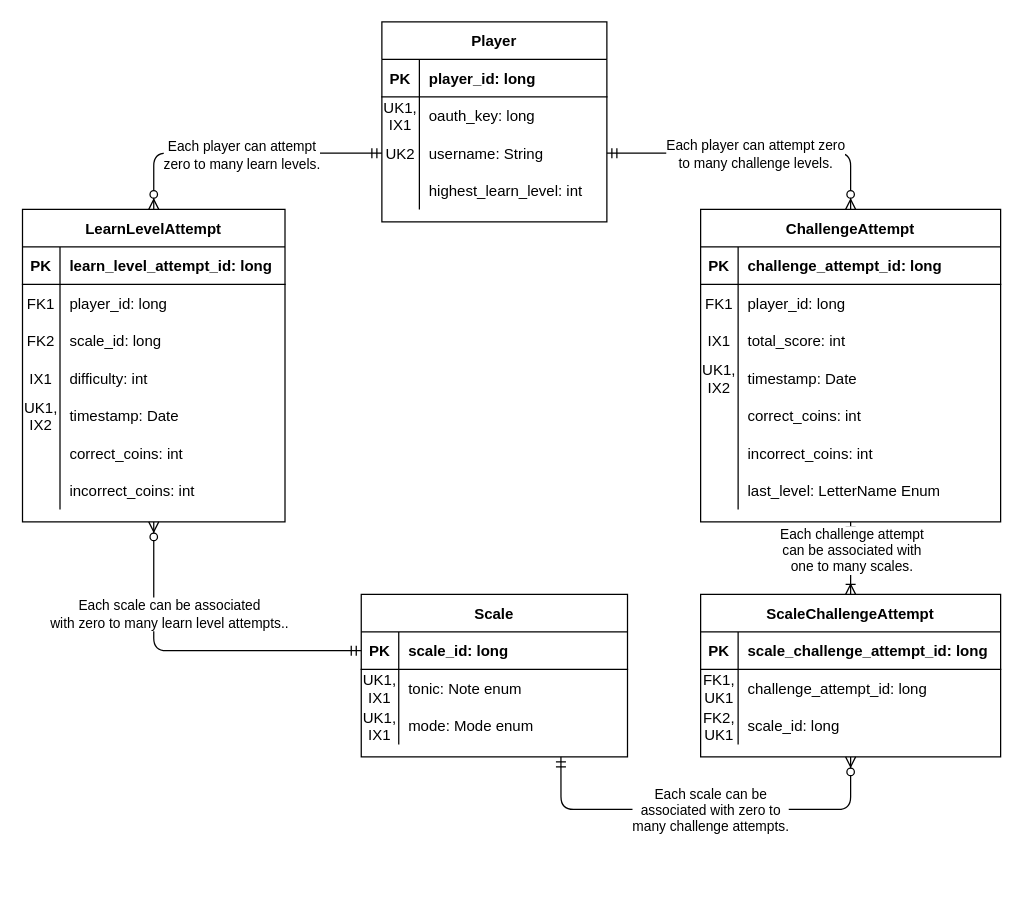
Above: docs/work/erd.drawio in lsteiner9/ScaleScroller (draw.io), before the change. Source tidied: cells renumbered, new cells numbered last; positions are measured from the earlier drawing's top-left corner, leaving out a move shared by most shapes. Both pictures are drawn from the tidied source at 125%, with x=0, y=0 at pixel (21, 21).
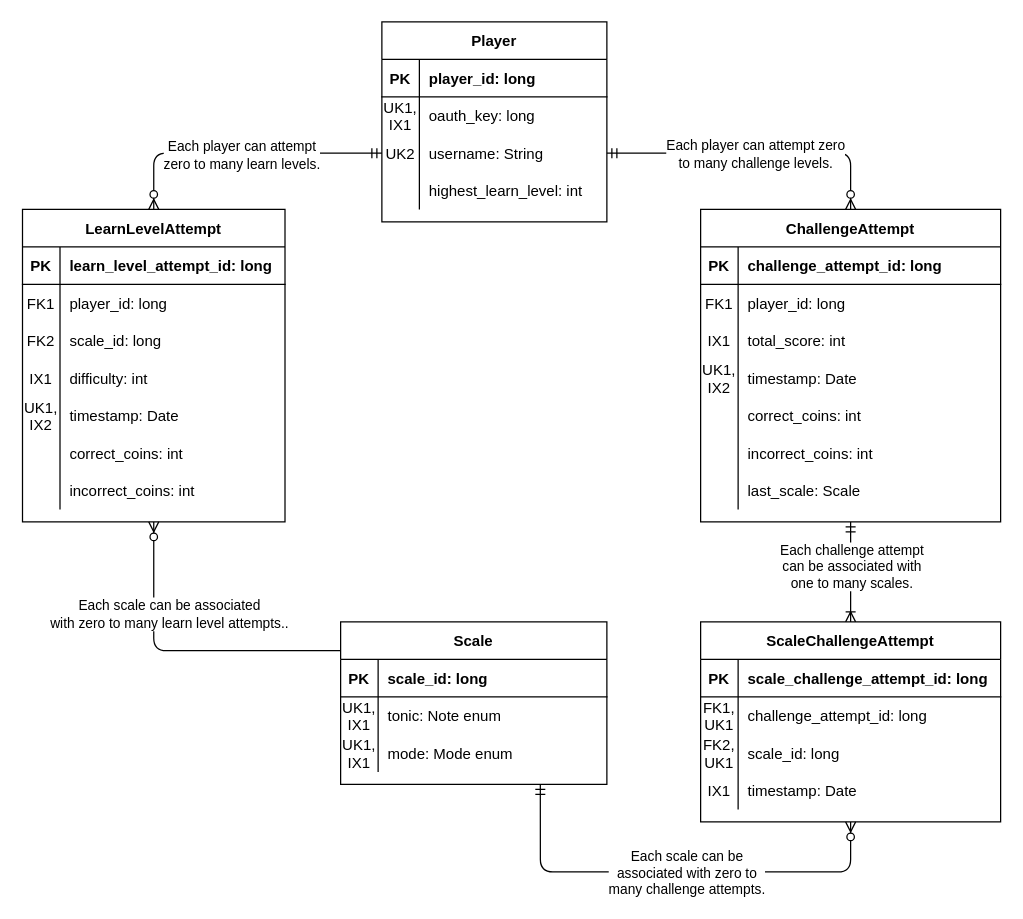
The same diagram, later.

Unchanged cells that the change refers to:
```xml
<mxCell id="86" style="shape=partialRectangle;fillColor=none;top=0;left=0;bottom=0;right=0;" parent="67" vertex="1">
  <mxGeometry y="210" width="240" height="30" as="geometry" />
</mxCell>
```

Change to the diagram source:
```diff
@@
     <mxCell id="8" value="ScaleChallengeAttempt" style="shape=table;startSize=30;childLayout=tableLayout;rowLines=0;fontStyle=1;align=center;" parent="1" vertex="1">
-      <mxGeometry x="543" y="458" width="240" height="130" as="geometry" />
+      <mxGeometry x="543" y="480" width="240" height="160" as="geometry" />
     </mxCell>
@@
+    <mxCell id="89" style="shape=partialRectangle;fillColor=none;top=0;left=0;bottom=0;right=0;" parent="8" vertex="1">
+      <mxGeometry y="120" width="240" height="30" as="geometry" />
+    </mxCell>
+    <mxCell id="90" value="IX1" style="shape=partialRectangle;fillColor=none;top=0;left=0;bottom=0;right=0;overflow=hidden;" parent="89" vertex="1">
+      <mxGeometry width="30" height="30" as="geometry" />
+    </mxCell>
+    <mxCell id="91" value="timestamp: Date" style="shape=partialRectangle;fillColor=none;top=0;left=0;bottom=0;right=0;align=left;spacingLeft=6;overflow=hidden;" parent="89" vertex="1">
+      <mxGeometry x="30" width="210" height="30" as="geometry" />
+    </mxCell>
     <mxCell id="18" style="jettySize=auto;html=1;exitX=0.75;exitY=1;exitDx=0;exitDy=0;entryX=0.5;entryY=1;entryDx=0;entryDy=0;startArrow=ERmandOne;startFill=0;endArrow=ERzeroToMany;endFill=1;edgeStyle=orthogonalEdgeStyle;" parent="1" edge="1" source="22" target="8">
       <mxGeometry relative="1" as="geometry">
         <Array as="points">
-          <mxPoint x="431" y="630" />
-          <mxPoint x="663" y="630" />
+          <mxPoint x="415" y="680" />
+          <mxPoint x="663" y="680" />
         </Array>
       </mxGeometry>
     </mxCell>
@@
     <mxCell id="22" value="Scale" style="shape=table;startSize=30;childLayout=tableLayout;rowLines=0;fontStyle=1;align=center;" parent="1" vertex="1">
-      <mxGeometry x="271.5" y="458" width="213" height="130" as="geometry" />
+      <mxGeometry x="255" y="480" width="213" height="130" as="geometry" />
     </mxCell>
@@
-    <mxCell id="88" value="last_level: LetterName Enum" style="shape=partialRectangle;fillColor=none;top=0;left=0;bottom=0;right=0;align=left;spacingLeft=6;overflow=hidden;" parent="86" vertex="1">
+    <mxCell id="88" value="last_scale: Scale" style="shape=partialRectangle;fillColor=none;top=0;left=0;bottom=0;right=0;align=left;spacingLeft=6;overflow=hidden;" parent="86" vertex="1">
       <mxGeometry x="30" width="210" height="30" as="geometry" />
     </mxCell>
```
